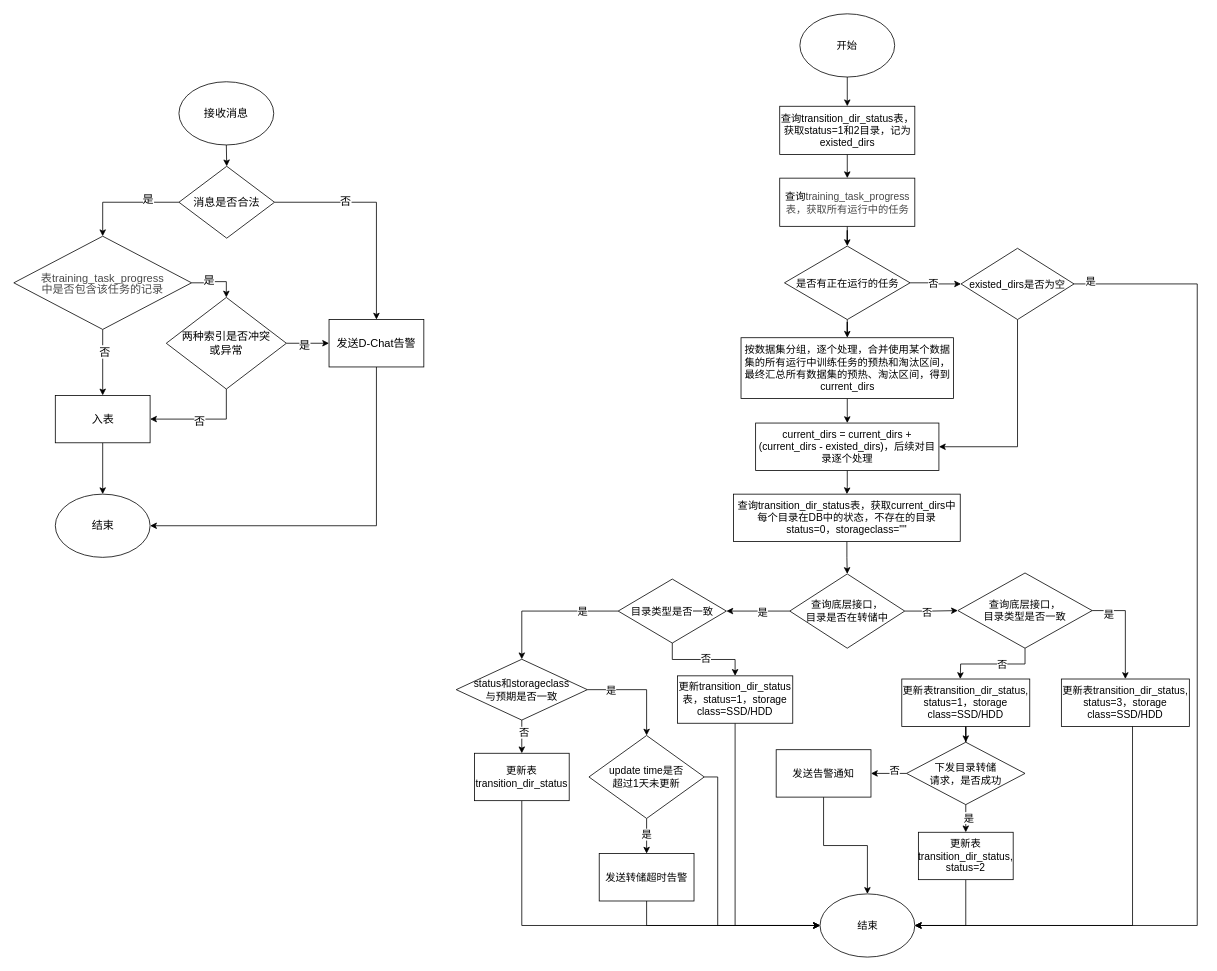
ydh12356890/DiDiDraw keeps this draw.io diagram as page "二期" (2 of 2) of dynamic_load.drawio. Above is the earlier version. Source tidied: cells renumbered, new cells numbered last; positions are measured from the earlier drawing's top-left corner, leaving out a move shared by most shapes. Both pictures are drawn from the tidied source at 79%, with x=0, y=0 at pixel (13, 13).
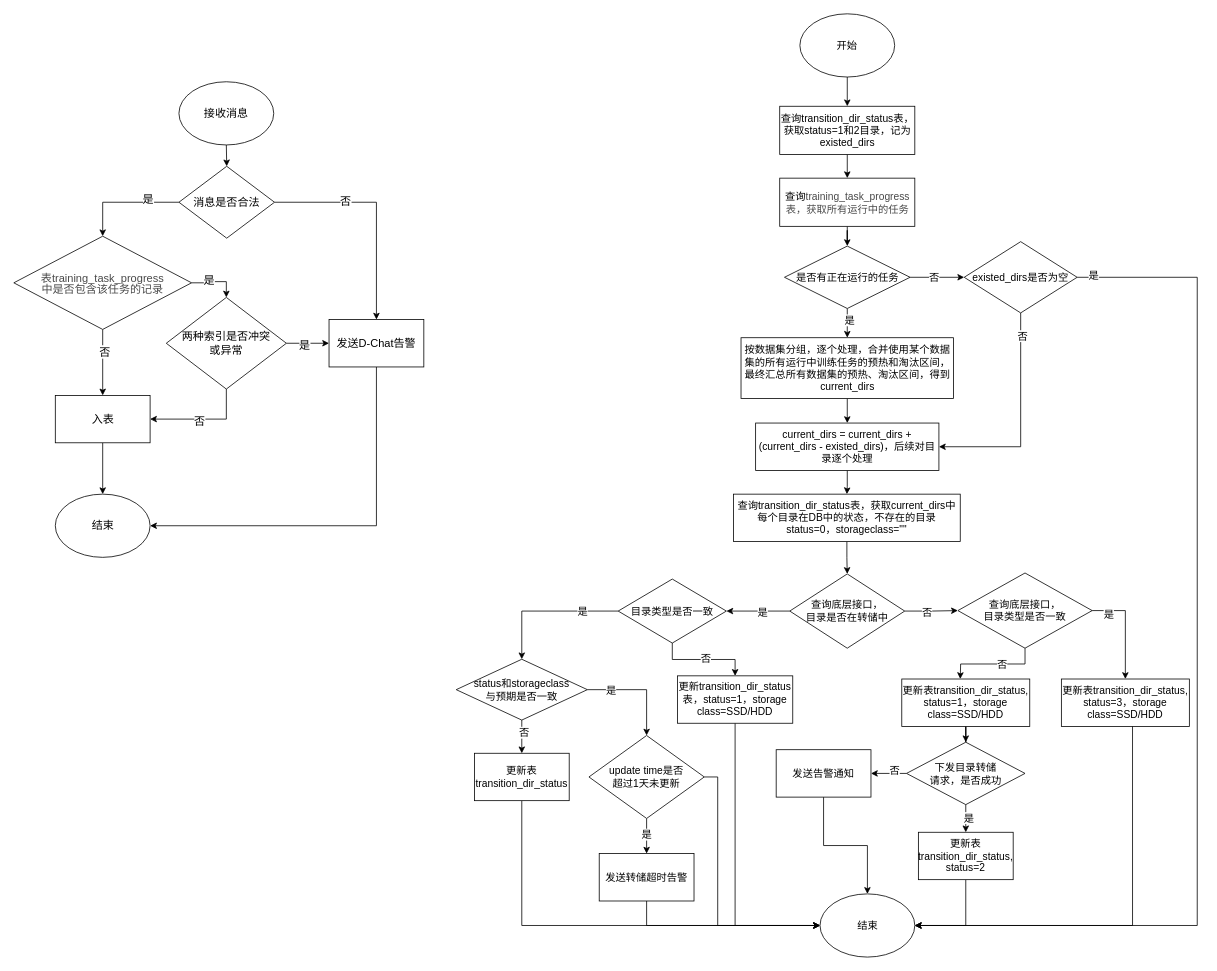
After the change.

Unchanged cells that the change refers to:
```xml
<mxCell id="21" style="edgeStyle=orthogonalEdgeStyle;rounded=0;jettySize=auto;html=1;fontFamily=Helvetica;fontSize=13;" parent="1" edge="1" source="24" target="27">
  <mxGeometry relative="1" as="geometry" />
</mxCell>
<mxCell id="25" value="结束" style="ellipse;whiteSpace=wrap;html=1;fontFamily=Helvetica;fontSize=13;" parent="1" vertex="1">
  <mxGeometry x="1020.5" y="1114" width="120" height="80" as="geometry" />
</mxCell>
<mxCell id="39" style="edgeStyle=orthogonalEdgeStyle;rounded=0;jettySize=auto;html=1;exitX=0.5;exitY=1;exitDx=0;exitDy=0;entryX=1;entryY=0.5;entryDx=0;entryDy=0;fontFamily=Helvetica;fontSize=13;" parent="1" edge="1" source="40" target="42">
  <mxGeometry relative="1" as="geometry" />
</mxCell>
```

Change to the diagram source:
```diff
@@
+    <mxCell id="88" value="是" style="edgeLabel;html=1;align=center;verticalAlign=middle;fontSize=13;" parent="21" vertex="1">
+      <mxGeometry x="-0.36" y="2" relative="1" as="geometry" />
+    </mxCell>
@@
     <mxCell id="24" value="是否有正在运行的任务" style="rhombus;whiteSpace=wrap;html=1;fontFamily=Helvetica;fontSize=13;" parent="1" vertex="1">
-      <mxGeometry x="975.5" y="294" width="159" height="93" as="geometry" />
+      <mxGeometry x="975.5" y="294" width="159" height="79" as="geometry" />
     </mxCell>
@@
     <mxCell id="37" style="edgeStyle=orthogonalEdgeStyle;rounded=0;jettySize=auto;html=1;exitX=1;exitY=0.5;exitDx=0;exitDy=0;entryX=1;entryY=0.5;entryDx=0;entryDy=0;fontFamily=Helvetica;fontSize=13;" parent="1" edge="1" source="40" target="25">
       <mxGeometry relative="1" as="geometry">
         <Array as="points">
-          <mxPoint x="1498" y="342" />
+          <mxPoint x="1498" y="334" />
           <mxPoint x="1498" y="1154" />
         </Array>
       </mxGeometry>
     </mxCell>
@@
+    <mxCell id="89" value="否" style="edgeLabel;html=1;align=center;verticalAlign=middle;fontSize=13;" parent="39" vertex="1">
+      <mxGeometry x="-0.79" y="2" relative="1" as="geometry" />
+    </mxCell>
     <mxCell id="40" value="existed_dirs是否为空" style="rhombus;whiteSpace=wrap;html=1;fontSize=13;fontFamily=Helvetica;" parent="1" vertex="1">
-      <mxGeometry x="1199" y="296.8" width="143" height="90.2" as="geometry" />
+      <mxGeometry x="1203" y="288.4" width="143" height="90.2" as="geometry" />
     </mxCell>
```
